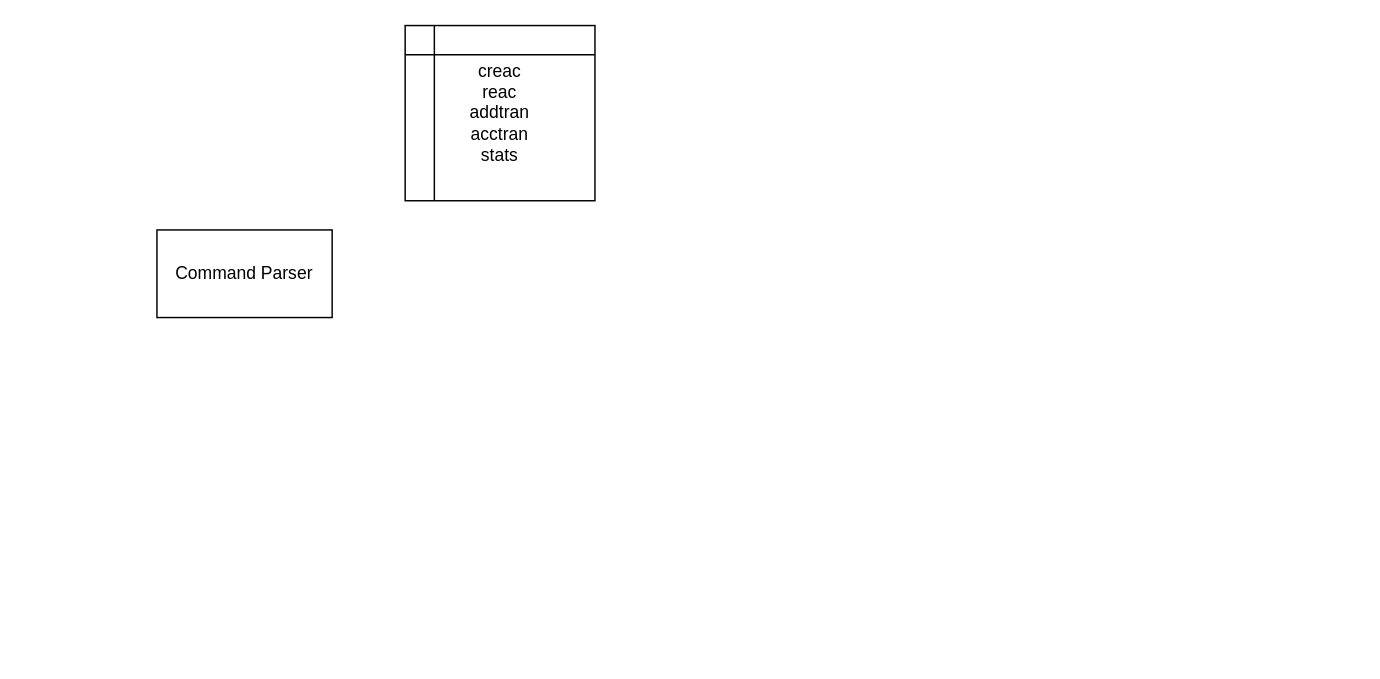
Before: page "Design" (1 of 4) of architecture/personal_finance_utility.drawio in pogo420/persofin, a draw.io diagram. Source tidied: cells renumbered, new cells numbered last; positions are measured from the earlier drawing's top-left corner, leaving out a move shared by most shapes. Both pictures are drawn from the tidied source at 146%, with x=0, y=0 at pixel (156, 25).
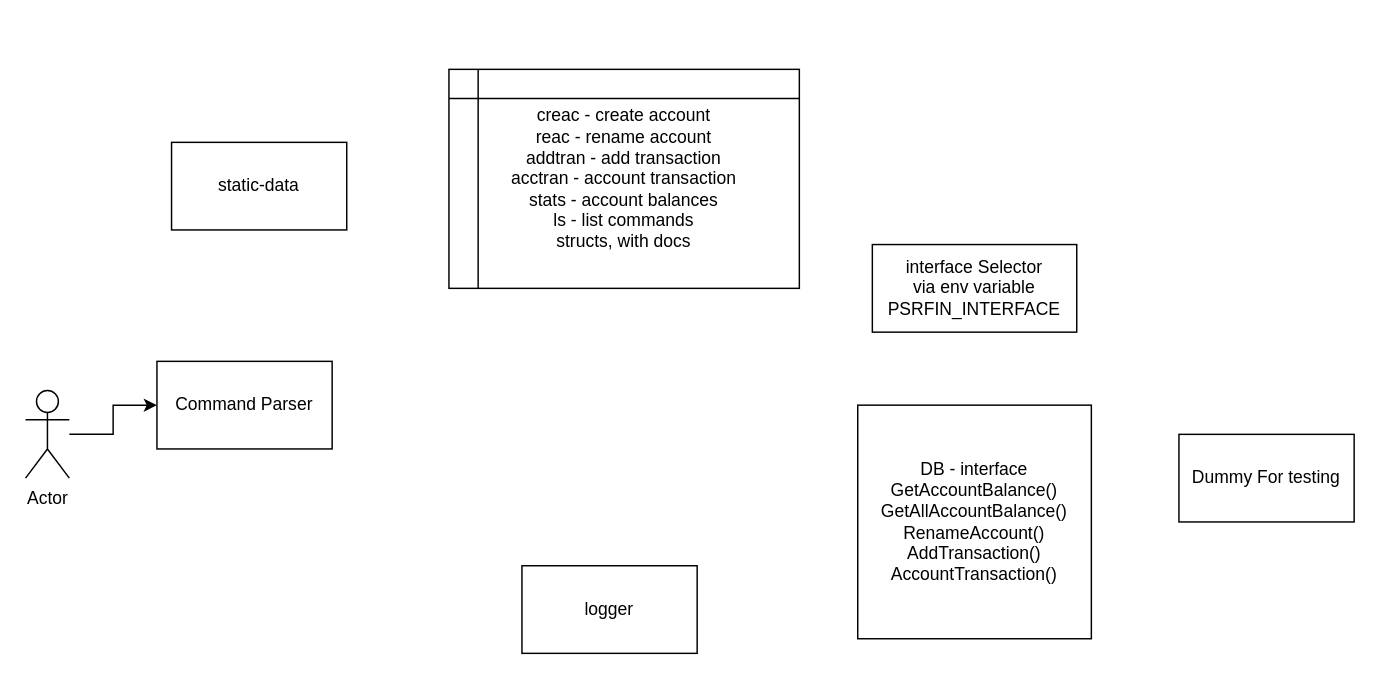
The same diagram, later.

The edit, as a diff of the source:
```diff
@@
 <mxGraphModel>
   <root>
     <mxCell id="0" />
     <mxCell id="1" parent="0" />
     <mxCell id="2" value="Command Parser" style="rounded=0;whiteSpace=wrap;html=1;" parent="1" vertex="1">
-      <mxGeometry y="140" width="120" height="60" as="geometry" />
+      <mxGeometry y="230" width="120" height="60" as="geometry" />
     </mxCell>
-    <mxCell id="3" value="creac&lt;br&gt;reac&lt;br&gt;addtran&lt;br&gt;acctran&lt;br&gt;stats" style="shape=internalStorage;whiteSpace=wrap;html=1;backgroundOutline=1;" parent="1" vertex="1">
-      <mxGeometry x="170" width="130" height="120" as="geometry" />
+    <mxCell id="3" value="creac - create account&lt;br&gt;reac - rename account&lt;br&gt;addtran - add transaction&lt;br&gt;acctran - account transaction&lt;br&gt;stats - account balances&lt;br&gt;ls - list commands&lt;br&gt;structs, with docs" style="shape=internalStorage;whiteSpace=wrap;html=1;backgroundOutline=1;" parent="1" vertex="1">
+      <mxGeometry x="200" y="30" width="240" height="150" as="geometry" />
     </mxCell>
+    <mxCell id="4" value="static-data" style="rounded=0;whiteSpace=wrap;html=1;" parent="1" vertex="1">
+      <mxGeometry x="10" y="80" width="120" height="60" as="geometry" />
+    </mxCell>
+    <mxCell id="5" style="edgeStyle=orthogonalEdgeStyle;rounded=0;jettySize=auto;html=1;" parent="1" edge="1" source="6" target="2">
+      <mxGeometry relative="1" as="geometry" />
+    </mxCell>
+    <mxCell id="6" value="Actor" style="shape=umlActor;verticalLabelPosition=bottom;verticalAlign=top;html=1;outlineConnect=0;" parent="1" vertex="1">
+      <mxGeometry x="-90" y="250" width="30" height="60" as="geometry" />
+    </mxCell>
+    <mxCell id="7" value="DB - interface&lt;br&gt;GetAccountBalance()&lt;br&gt;GetAllAccountBalance()&lt;br&gt;RenameAccount()&lt;br&gt;AddTransaction()&lt;br&gt;AccountTransaction()" style="whiteSpace=wrap;html=1;" parent="1" vertex="1">
+      <mxGeometry x="480" y="260" width="160" height="160" as="geometry" />
+    </mxCell>
+    <mxCell id="8" value="interface Selector&lt;br&gt;via env variable&lt;br&gt;PSRFIN_INTERFACE" style="rounded=0;whiteSpace=wrap;html=1;" parent="1" vertex="1">
+      <mxGeometry x="490" y="150" width="140" height="60" as="geometry" />
+    </mxCell>
+    <mxCell id="9" value="logger" style="rounded=0;whiteSpace=wrap;html=1;" parent="1" vertex="1">
+      <mxGeometry x="250" y="370" width="120" height="60" as="geometry" />
+    </mxCell>
+    <mxCell id="10" value="Dummy For testing" style="rounded=0;whiteSpace=wrap;html=1;" parent="1" vertex="1">
+      <mxGeometry x="700" y="280" width="120" height="60" as="geometry" />
+    </mxCell>
   </root>
 </mxGraphModel>
```
